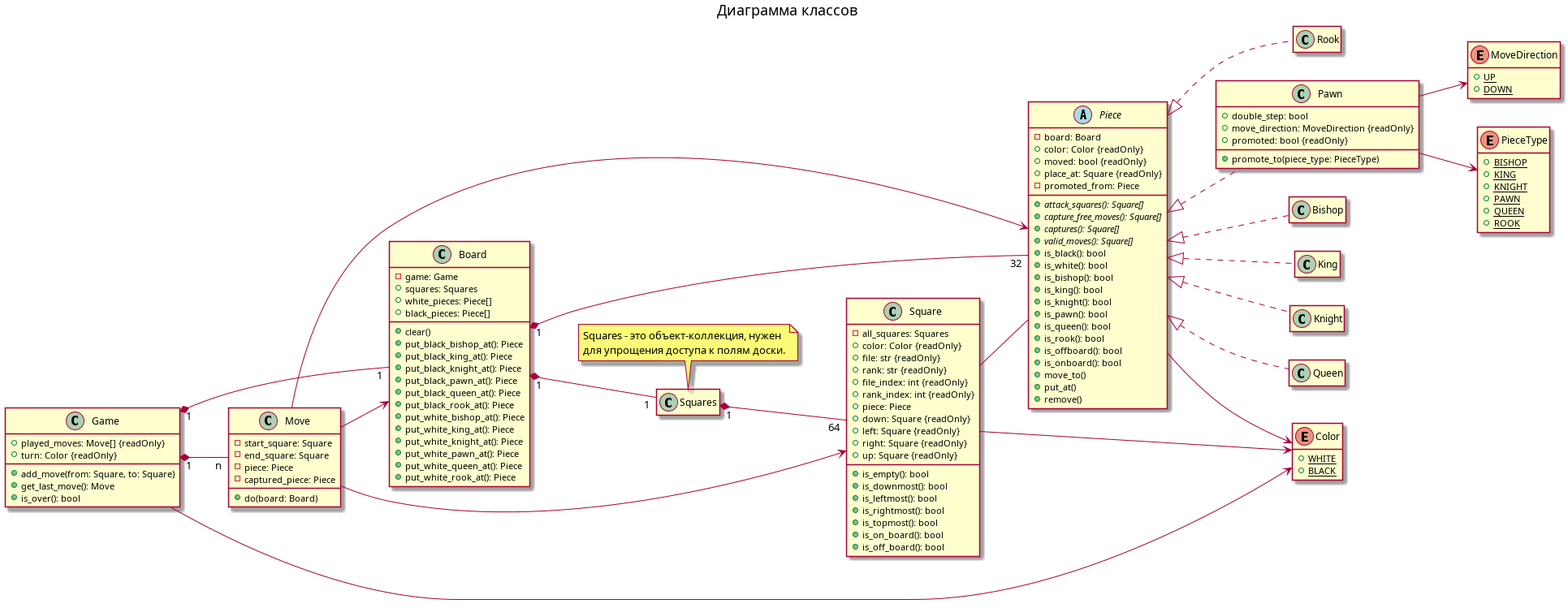
This is docs/chess.png from jaeshaed/531-chess, a PlantUML export, as it was before one commit. Its source is kept beside it as docs/chess.puml.
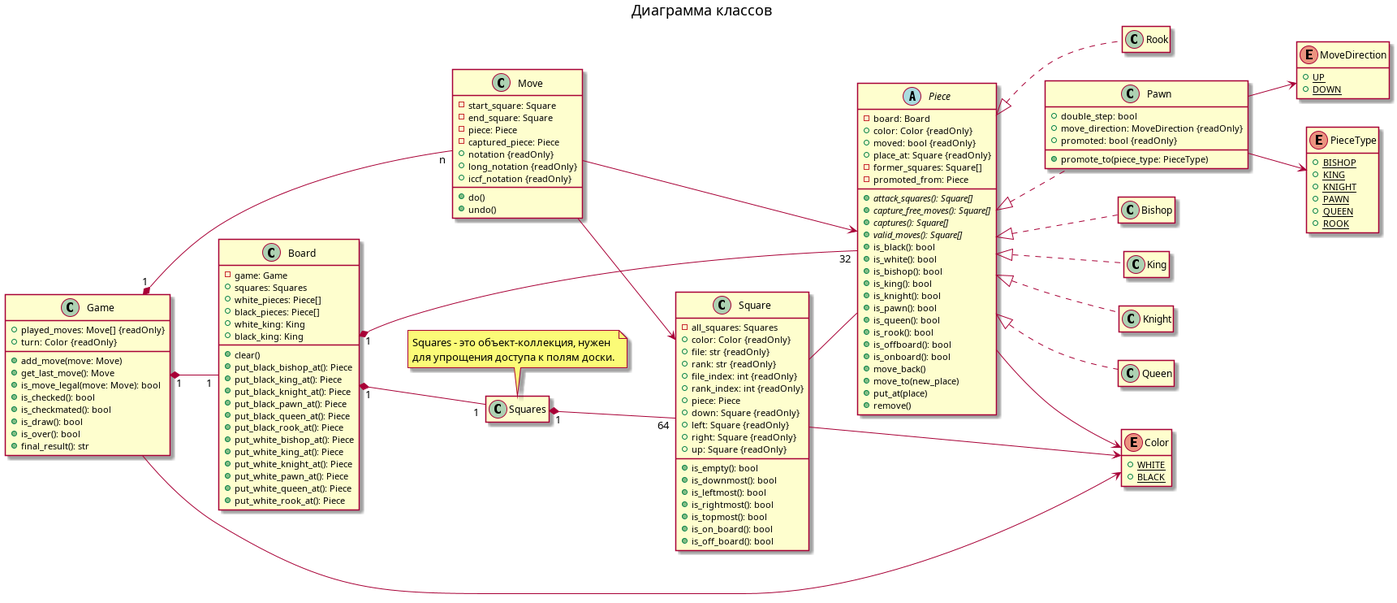
Later version of the same file.

Commit message:
Обновил диаграмму классов.

The edit, as a diff of the source:
```diff
@@ -8,6 +8,8 @@
   +squares: Squares
   +white_pieces: Piece[]
   +black_pieces: Piece[]
+  +white_king: King
+  +black_king: King
   +clear()
   +put_black_bishop_at(): Piece
   +put_black_king_at(): Piece
@@ -38,9 +40,14 @@
 class Game {
   +played_moves: Move[] {readOnly}
   +turn: Color {readOnly}
-  +add_move(from: Square, to: Square)
+  +add_move(move: Move)
   +get_last_move(): Move
+  +is_move_legal(move: Move): bool
+  +is_checked(): bool
+  +is_checkmated(): bool
+  +is_draw(): bool
   +is_over(): bool
+  +final_result(): str
 }
 Game --> Color
 Game "1" *-- "1" Board
@@ -51,11 +58,14 @@
   -end_square: Square
   -piece: Piece
   -captured_piece: Piece
-  +do(board: Board)
+  +notation {readOnly}
+  +long_notation {readOnly}
+  +iccf_notation {readOnly}
+  +do()
+  +undo()
 }
 Move --> Piece
 Move --> Square
-Move --> Board
 
 enum MoveDirection {
   {static} + UP
@@ -76,6 +86,7 @@
   +color: Color {readOnly}
   +moved: bool {readOnly}
   +place_at: Square {readOnly}
+  -former_squares: Square[]
   -promoted_from: Piece
   {abstract} +attack_squares(): Square[]
   {abstract} +capture_free_moves(): Square[]
@@ -91,8 +102,9 @@
   +is_rook(): bool
   +is_offboard(): bool
   +is_onboard(): bool
-  +move_to()
-  +put_at()
+  +move_back()
+  +move_to(new_place)
+  +put_at(place)
   +remove()
 }
 Piece --> Color
```
